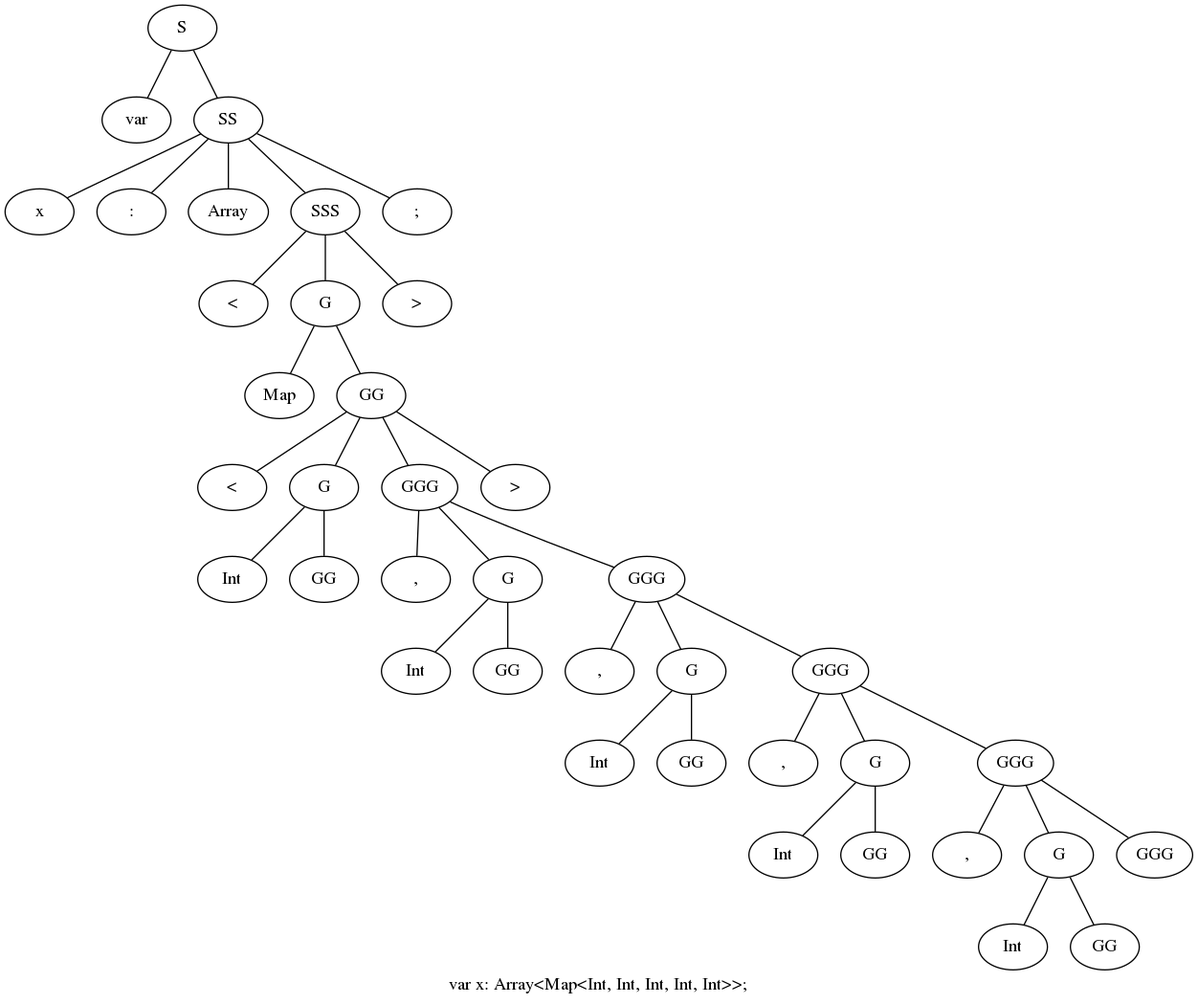
Before: graphs/spread.dot.png, a diagram exported from Graphviz (Garuda-1/MT_HW2). Its source is kept beside it as graphs/spread.dot. Source of this version:
```dot
graph ""
	{
	label="var x: Array<Map<Int, Int, Int, Int, Int>>;"

	n000 ;
	n000 [label="S"] ;
	n000 -- n001 ;
	n000 -- n002 ;
	n001 [label="var"] ;
	n002 [label="SS"] ;
	n002 -- n003 ;
	n002 -- n004 ;
	n002 -- n005 ;
	n002 -- n006 ;
	n002 -- n007 ;
	n003 [label="x"] ;
	n004 [label=":"] ;
	n005 [label="Array"] ;
	n006 [label="SSS"] ;
	n006 -- n008 ;
	n006 -- n009 ;
	n006 -- n010 ;
	n007 [label=";"] ;
	n008 [label="<"] ;
	n009 [label="G"] ;
	n009 -- n011 ;
	n009 -- n012 ;
	n010 [label=">"] ;
	n011 [label="Map"] ;
	n012 [label="GG"] ;
	n012 -- n013 ;
	n012 -- n014 ;
	n012 -- n015 ;
	n012 -- n016 ;
	n013 [label="<"] ;
	n014 [label="G"] ;
	n014 -- n017 ;
	n014 -- n018 ;
	n015 [label="GGG"] ;
	n015 -- n019 ;
	n015 -- n020 ;
	n015 -- n021 ;
	n016 [label=">"] ;
	n017 [label="Int"] ;
	n018 [label="GG"] ;
	n019 [label=","] ;
	n020 [label="G"] ;
	n020 -- n022 ;
	n020 -- n023 ;
	n021 [label="GGG"] ;
	n021 -- n024 ;
	n021 -- n025 ;
	n021 -- n026 ;
	n022 [label="Int"] ;
	n023 [label="GG"] ;
	n024 [label=","] ;
	n025 [label="G"] ;
	n025 -- n027 ;
	n025 -- n028 ;
	n026 [label="GGG"] ;
	n026 -- n029 ;
	n026 -- n030 ;
	n026 -- n031 ;
	n027 [label="Int"] ;
	n028 [label="GG"] ;
	n029 [label=","] ;
	n030 [label="G"] ;
	n030 -- n032 ;
	n030 -- n033 ;
	n031 [label="GGG"] ;
	n031 -- n034 ;
	n031 -- n035 ;
	n031 -- n036 ;
	n032 [label="Int"] ;
	n033 [label="GG"] ;
	n034 [label=","] ;
	n035 [label="G"] ;
	n035 -- n037 ;
	n035 -- n038 ;
	n036 [label="GGG"] ;
	n037 [label="Int"] ;
	n038 [label="GG"] ;
	}
```
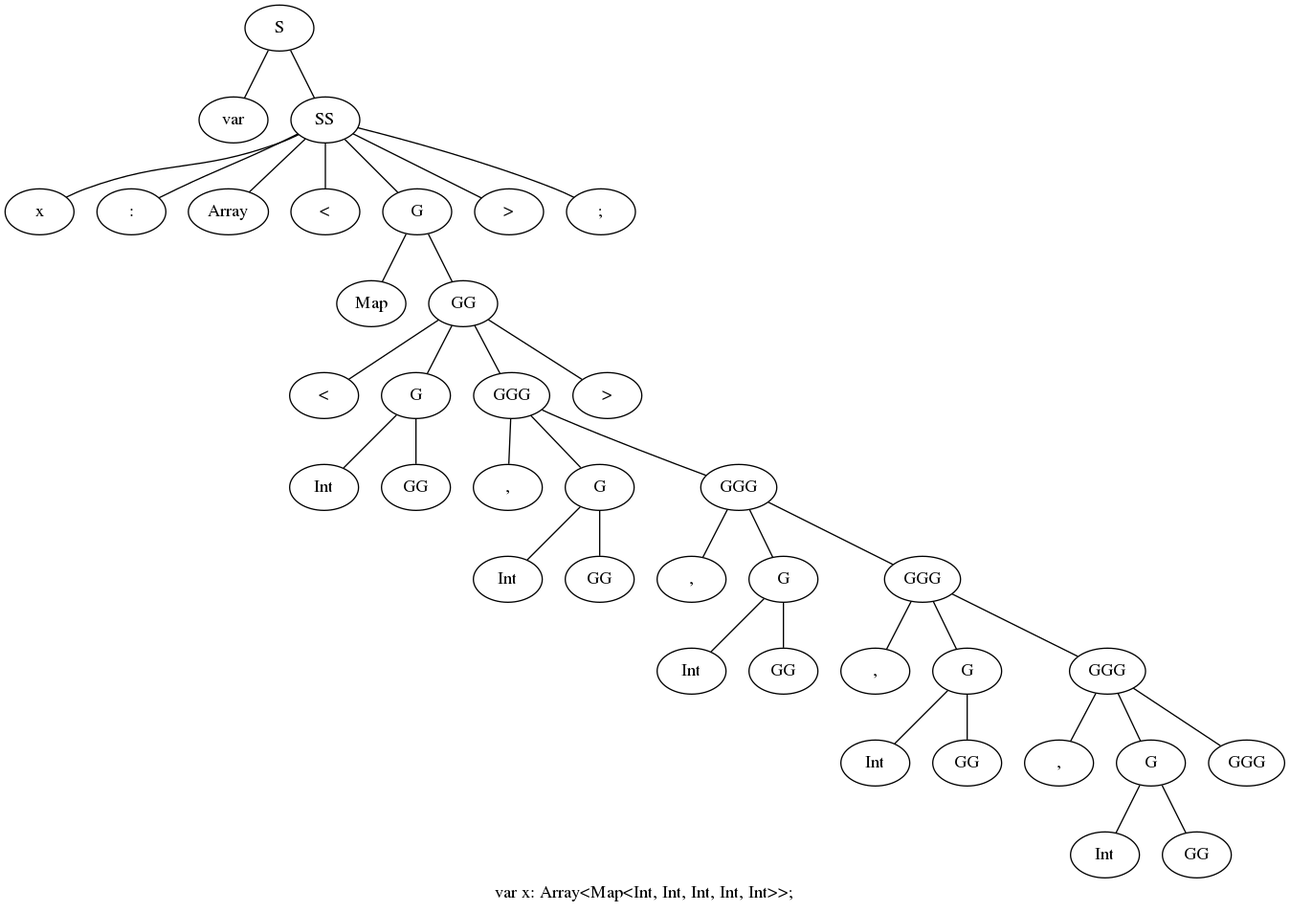
The same diagram one commit later.

Diff of the diagram source:
```diff
@@ -13,71 +13,69 @@
 	n002 -- n005 ;
 	n002 -- n006 ;
 	n002 -- n007 ;
+	n002 -- n008 ;
+	n002 -- n009 ;
 	n003 [label="x"] ;
 	n004 [label=":"] ;
 	n005 [label="Array"] ;
-	n006 [label="SSS"] ;
-	n006 -- n008 ;
-	n006 -- n009 ;
-	n006 -- n010 ;
-	n007 [label=";"] ;
-	n008 [label="<"] ;
-	n009 [label="G"] ;
-	n009 -- n011 ;
-	n009 -- n012 ;
-	n010 [label=">"] ;
-	n011 [label="Map"] ;
-	n012 [label="GG"] ;
-	n012 -- n013 ;
-	n012 -- n014 ;
-	n012 -- n015 ;
-	n012 -- n016 ;
-	n013 [label="<"] ;
-	n014 [label="G"] ;
-	n014 -- n017 ;
+	n006 [label="<"] ;
+	n007 [label="G"] ;
+	n007 -- n010 ;
+	n007 -- n011 ;
+	n008 [label=">"] ;
+	n009 [label=";"] ;
+	n010 [label="Map"] ;
+	n011 [label="GG"] ;
+	n011 -- n012 ;
+	n011 -- n013 ;
+	n011 -- n014 ;
+	n011 -- n015 ;
+	n012 [label="<"] ;
+	n013 [label="G"] ;
+	n013 -- n016 ;
+	n013 -- n017 ;
+	n014 [label="GGG"] ;
 	n014 -- n018 ;
-	n015 [label="GGG"] ;
-	n015 -- n019 ;
-	n015 -- n020 ;
-	n015 -- n021 ;
-	n016 [label=">"] ;
-	n017 [label="Int"] ;
-	n018 [label="GG"] ;
-	n019 [label=","] ;
-	n020 [label="G"] ;
-	n020 -- n022 ;
+	n014 -- n019 ;
+	n014 -- n020 ;
+	n015 [label=">"] ;
+	n016 [label="Int"] ;
+	n017 [label="GG"] ;
+	n018 [label=","] ;
+	n019 [label="G"] ;
+	n019 -- n021 ;
+	n019 -- n022 ;
+	n020 [label="GGG"] ;
 	n020 -- n023 ;
-	n021 [label="GGG"] ;
-	n021 -- n024 ;
-	n021 -- n025 ;
-	n021 -- n026 ;
-	n022 [label="Int"] ;
-	n023 [label="GG"] ;
-	n024 [label=","] ;
-	n025 [label="G"] ;
-	n025 -- n027 ;
+	n020 -- n024 ;
+	n020 -- n025 ;
+	n021 [label="Int"] ;
+	n022 [label="GG"] ;
+	n023 [label=","] ;
+	n024 [label="G"] ;
+	n024 -- n026 ;
+	n024 -- n027 ;
+	n025 [label="GGG"] ;
 	n025 -- n028 ;
-	n026 [label="GGG"] ;
-	n026 -- n029 ;
-	n026 -- n030 ;
-	n026 -- n031 ;
-	n027 [label="Int"] ;
-	n028 [label="GG"] ;
-	n029 [label=","] ;
-	n030 [label="G"] ;
-	n030 -- n032 ;
+	n025 -- n029 ;
+	n025 -- n030 ;
+	n026 [label="Int"] ;
+	n027 [label="GG"] ;
+	n028 [label=","] ;
+	n029 [label="G"] ;
+	n029 -- n031 ;
+	n029 -- n032 ;
+	n030 [label="GGG"] ;
 	n030 -- n033 ;
-	n031 [label="GGG"] ;
-	n031 -- n034 ;
-	n031 -- n035 ;
-	n031 -- n036 ;
-	n032 [label="Int"] ;
-	n033 [label="GG"] ;
-	n034 [label=","] ;
-	n035 [label="G"] ;
-	n035 -- n037 ;
-	n035 -- n038 ;
-	n036 [label="GGG"] ;
-	n037 [label="Int"] ;
-	n038 [label="GG"] ;
+	n030 -- n034 ;
+	n030 -- n035 ;
+	n031 [label="Int"] ;
+	n032 [label="GG"] ;
+	n033 [label=","] ;
+	n034 [label="G"] ;
+	n034 -- n036 ;
+	n034 -- n037 ;
+	n035 [label="GGG"] ;
+	n036 [label="Int"] ;
+	n037 [label="GG"] ;
 	}
```
